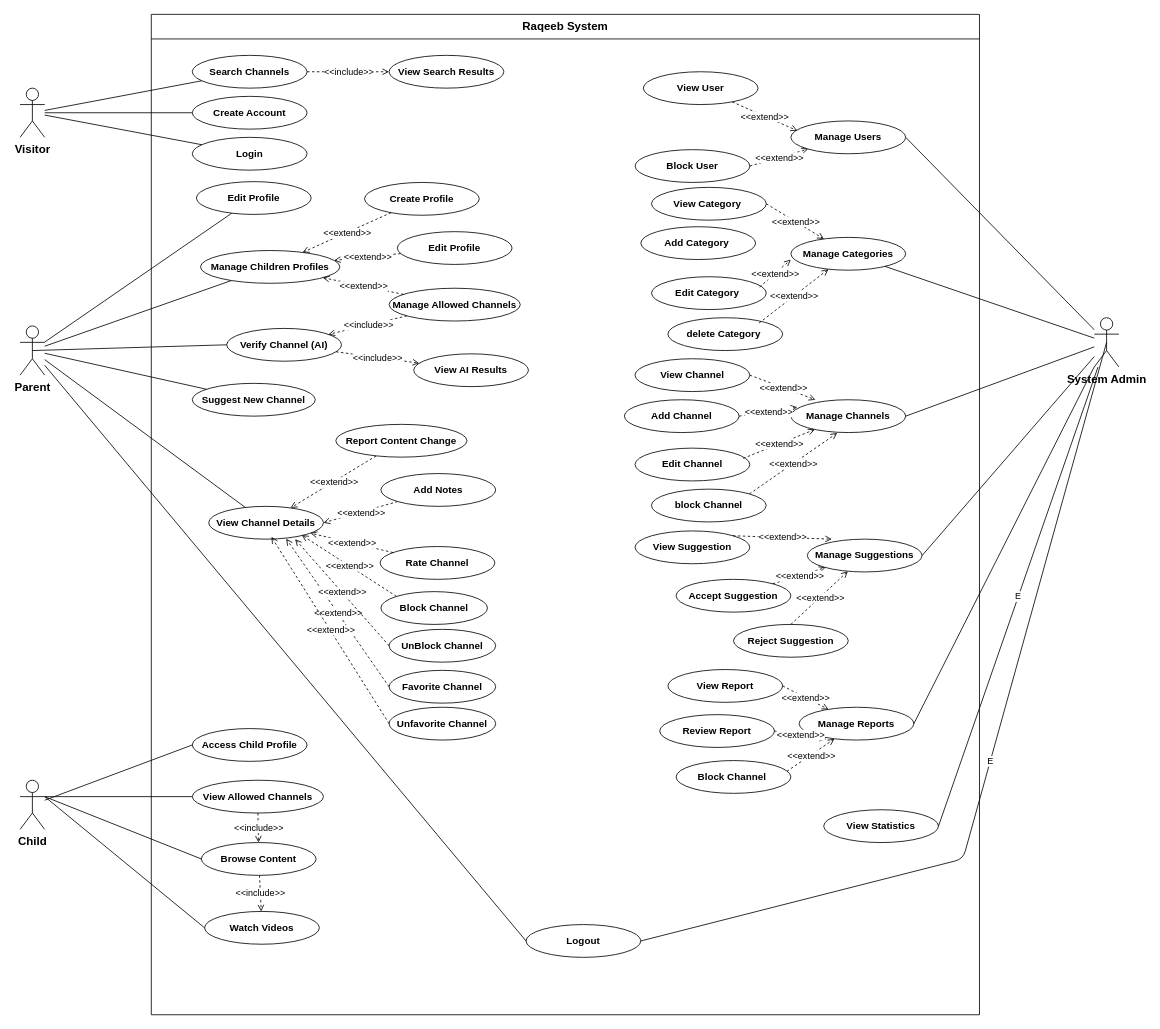
Earlier version of the draw.io diagram Raqeeb_New_UseCase.drawio (MahmoudHamdy19/diagrams-). Source tidied: cells renumbered, new cells numbered last; positions are measured from the earlier drawing's top-left corner, leaving out a move shared by most shapes. Both pictures are drawn from the tidied source at 82%, with x=0, y=0 at pixel (20, 14).
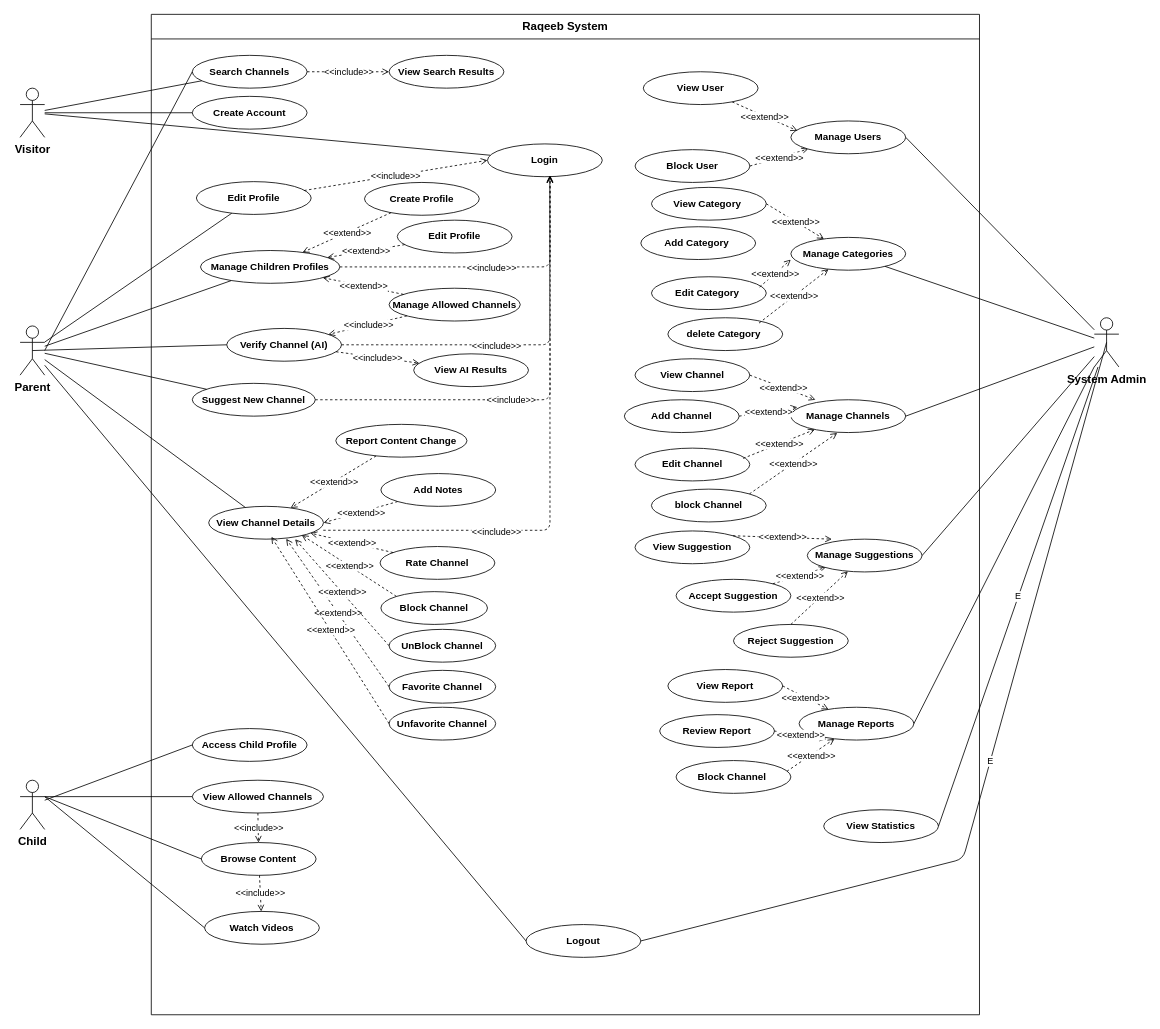
After the change.

Unchanged cells that the change refers to:
```xml
<mxCell id="2" value="Raqeeb System" style="swimlane;whiteSpace=wrap;html=1;startSize=30;labelBackgroundColor=none;fontSize=14;fontStyle=1;" parent="1" vertex="1">
  <mxGeometry x="160" width="1010" height="1220" as="geometry" />
</mxCell>
<mxCell id="3" value="Search Channels" style="ellipse;whiteSpace=wrap;html=1;fontSize=12;fontStyle=1;" parent="2" vertex="1">
  <mxGeometry x="50" y="50" width="140" height="40" as="geometry" />
</mxCell>
<mxCell id="8" value="Edit Profile" style="ellipse;whiteSpace=wrap;html=1;fontSize=12;fontStyle=1;" parent="2" vertex="1">
  <mxGeometry x="55" y="204" width="140" height="40" as="geometry" />
</mxCell>
<mxCell id="9" value="Manage Children Profiles" style="ellipse;whiteSpace=wrap;html=1;fontSize=12;fontStyle=1;" parent="2" vertex="1">
  <mxGeometry x="60" y="288" width="170" height="40" as="geometry" />
</mxCell>
<mxCell id="13" value="Verify Channel (AI)" style="ellipse;whiteSpace=wrap;html=1;fontSize=12;fontStyle=1;" parent="2" vertex="1">
  <mxGeometry x="92" y="383" width="140" height="40" as="geometry" />
</mxCell>
<mxCell id="15" value="Suggest New Channel" style="ellipse;whiteSpace=wrap;html=1;fontSize=12;fontStyle=1;" parent="2" vertex="1">
  <mxGeometry x="50" y="450" width="150" height="40" as="geometry" />
</mxCell>
<mxCell id="16" value="View Channel Details" style="ellipse;whiteSpace=wrap;html=1;fontSize=12;fontStyle=1;" parent="2" vertex="1">
  <mxGeometry x="70" y="600" width="140" height="40" as="geometry" />
</mxCell>
```

The edit, as a diff of the source:
```diff
@@
     <mxCell id="6" value="Login" style="ellipse;whiteSpace=wrap;html=1;fontSize=12;fontStyle=1;" parent="2" vertex="1">
-      <mxGeometry x="50" y="150" width="140" height="40" as="geometry" />
+      <mxGeometry x="410" y="158" width="140" height="40" as="geometry" />
     </mxCell>
@@
     <mxCell id="11" value="Edit Profile" style="ellipse;whiteSpace=wrap;html=1;fontSize=12;fontStyle=1;" parent="2" vertex="1">
-      <mxGeometry x="300" y="265" width="140" height="40" as="geometry" />
+      <mxGeometry x="300" y="251" width="140" height="40" as="geometry" />
     </mxCell>
@@
+    <mxCell id="134" style="dashed=1;endArrow=open;endFill=0;html=1;exitX=0.939;exitY=0.27;exitDx=0;exitDy=0;exitPerimeter=0;entryX=0;entryY=0.5;entryDx=0;entryDy=0;" parent="2" edge="1" source="8" target="6">
+      <mxGeometry relative="1" as="geometry" />
+    </mxCell>
+    <mxCell id="135" value="&amp;lt;&amp;lt;include&amp;gt;&amp;gt;" style="edgeLabel;html=1;align=center;verticalAlign=middle;" parent="134" vertex="1">
+      <mxGeometry relative="1" as="geometry" />
+    </mxCell>
+    <mxCell id="136" style="dashed=1;endArrow=open;endFill=0;html=1;exitX=1;exitY=0.5;exitDx=0;exitDy=0;entryX=0.544;entryY=0.952;entryDx=0;entryDy=0;edgeStyle=orthogonalEdgeStyle;entryPerimeter=0;" parent="2" edge="1" source="9" target="6">
+      <mxGeometry relative="1" as="geometry" />
+    </mxCell>
+    <mxCell id="137" value="&amp;lt;&amp;lt;include&amp;gt;&amp;gt;" style="edgeLabel;html=1;align=center;verticalAlign=middle;" parent="136" vertex="1">
+      <mxGeometry relative="1" as="geometry" />
+    </mxCell>
+    <mxCell id="138" style="dashed=1;endArrow=open;endFill=0;html=1;exitX=1;exitY=0.5;exitDx=0;exitDy=0;entryX=0.543;entryY=0.985;entryDx=0;entryDy=0;edgeStyle=orthogonalEdgeStyle;entryPerimeter=0;" parent="2" edge="1" source="13" target="6">
+      <mxGeometry relative="1" as="geometry" />
+    </mxCell>
+    <mxCell id="139" value="&amp;lt;&amp;lt;include&amp;gt;&amp;gt;" style="edgeLabel;html=1;align=center;verticalAlign=middle;" parent="138" vertex="1">
+      <mxGeometry relative="1" as="geometry">
+        <mxPoint x="-42" as="offset" />
+      </mxGeometry>
+    </mxCell>
+    <mxCell id="140" style="dashed=1;endArrow=open;endFill=0;html=1;exitX=1;exitY=0.5;exitDx=0;exitDy=0;edgeStyle=orthogonalEdgeStyle;entryX=0.545;entryY=0.976;entryDx=0;entryDy=0;entryPerimeter=0;" parent="2" edge="1" source="15" target="6">
+      <mxGeometry relative="1" as="geometry" />
+    </mxCell>
+    <mxCell id="141" value="&amp;lt;&amp;lt;include&amp;gt;&amp;gt;" style="edgeLabel;html=1;align=center;verticalAlign=middle;" parent="140" vertex="1">
+      <mxGeometry relative="1" as="geometry">
+        <mxPoint x="-42" as="offset" />
+      </mxGeometry>
+    </mxCell>
+    <mxCell id="142" style="dashed=1;endArrow=open;endFill=0;html=1;exitX=0.998;exitY=0.729;exitDx=0;exitDy=0;edgeStyle=orthogonalEdgeStyle;exitPerimeter=0;entryX=0.544;entryY=0.989;entryDx=0;entryDy=0;entryPerimeter=0;" parent="2" edge="1" source="16" target="6">
+      <mxGeometry relative="1" as="geometry" />
+    </mxCell>
+    <mxCell id="143" value="&amp;lt;&amp;lt;include&amp;gt;&amp;gt;" style="edgeLabel;html=1;align=center;verticalAlign=middle;" parent="142" vertex="1">
+      <mxGeometry relative="1" as="geometry">
+        <mxPoint x="-66" y="79" as="offset" />
+      </mxGeometry>
+    </mxCell>
@@
+    <mxCell id="144" style="endArrow=none;html=1;entryX=0;entryY=0.5;entryDx=0;entryDy=0;" parent="1" edge="1" target="3">
+      <mxGeometry relative="1" as="geometry">
+        <mxPoint x="30" y="410" as="sourcePoint" />
+      </mxGeometry>
+    </mxCell>
```
